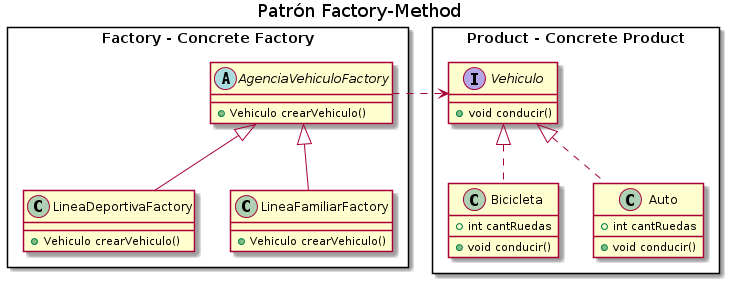
Before: practica/patrones-de-diseño/diagramas-de-clases/agencia-vehiculos-factory.png, a diagram exported from PlantUML (manu-utn/bitacora-diseno-de-sistemas). Its diagram source:
```plantuml
@startuml
Title Patrón Factory-Method


rectangle "Product - Concrete Product" as A{
    interface Vehiculo{
        +void conducir()
    }

    class Bicicleta{
        +int cantRuedas
        +void conducir()
    }

    class Auto{
        +int cantRuedas
        +void conducir()
    }
}

rectangle "Factory - Concrete Factory" as B{
    abstract class AgenciaVehiculoFactory{
        +Vehiculo crearVehiculo()
    }

    class LineaDeportivaFactory{
        +Vehiculo crearVehiculo()
    }

    class LineaFamiliarFactory{
        +Vehiculo crearVehiculo()
    }
}



Bicicleta   .u.|> Vehiculo
Auto        .u.|> Vehiculo

AgenciaVehiculoFactory .r.> Vehiculo

LineaDeportivaFactory -u-|> AgenciaVehiculoFactory
LineaFamiliarFactory -u-|> AgenciaVehiculoFactory


@enduml
```
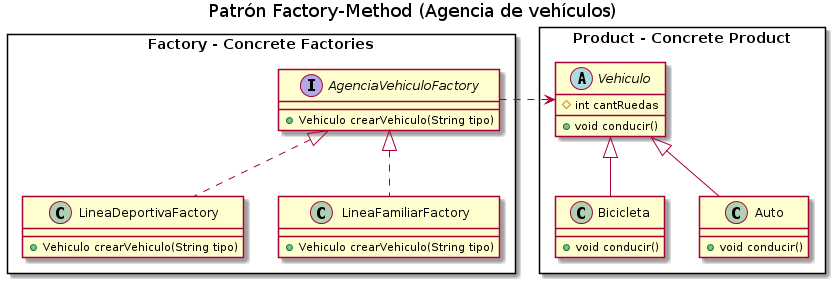
After the change.

Diff of the diagram source:
```diff
@@ -1,46 +1,45 @@
 @startuml
-Title Patrón Factory-Method
+Title Patrón Factory-Method (Agencia de vehículos)
 
 
 rectangle "Product - Concrete Product" as A{
-    interface Vehiculo{
+    abstract class Vehiculo{
+        #int cantRuedas
         +void conducir()
     }
 
     class Bicicleta{
-        +int cantRuedas
         +void conducir()
     }
 
     class Auto{
-        +int cantRuedas
         +void conducir()
     }
 }
 
-rectangle "Factory - Concrete Factory" as B{
-    abstract class AgenciaVehiculoFactory{
-        +Vehiculo crearVehiculo()
+rectangle "Factory - Concrete Factories" as B{
+    interface AgenciaVehiculoFactory{
+        +Vehiculo crearVehiculo(String tipo)
     }
 
     class LineaDeportivaFactory{
-        +Vehiculo crearVehiculo()
+        +Vehiculo crearVehiculo(String tipo)
     }
 
     class LineaFamiliarFactory{
-        +Vehiculo crearVehiculo()
+        +Vehiculo crearVehiculo(String tipo)
     }
 }
 
 
 
-Bicicleta   .u.|> Vehiculo
-Auto        .u.|> Vehiculo
+Bicicleta   -u-|> Vehiculo
+Auto        -u-|> Vehiculo
 
 AgenciaVehiculoFactory .r.> Vehiculo
 
-LineaDeportivaFactory -u-|> AgenciaVehiculoFactory
-LineaFamiliarFactory -u-|> AgenciaVehiculoFactory
+LineaDeportivaFactory .u.|> AgenciaVehiculoFactory
+LineaFamiliarFactory .u.|> AgenciaVehiculoFactory
 
 
 @enduml
```
